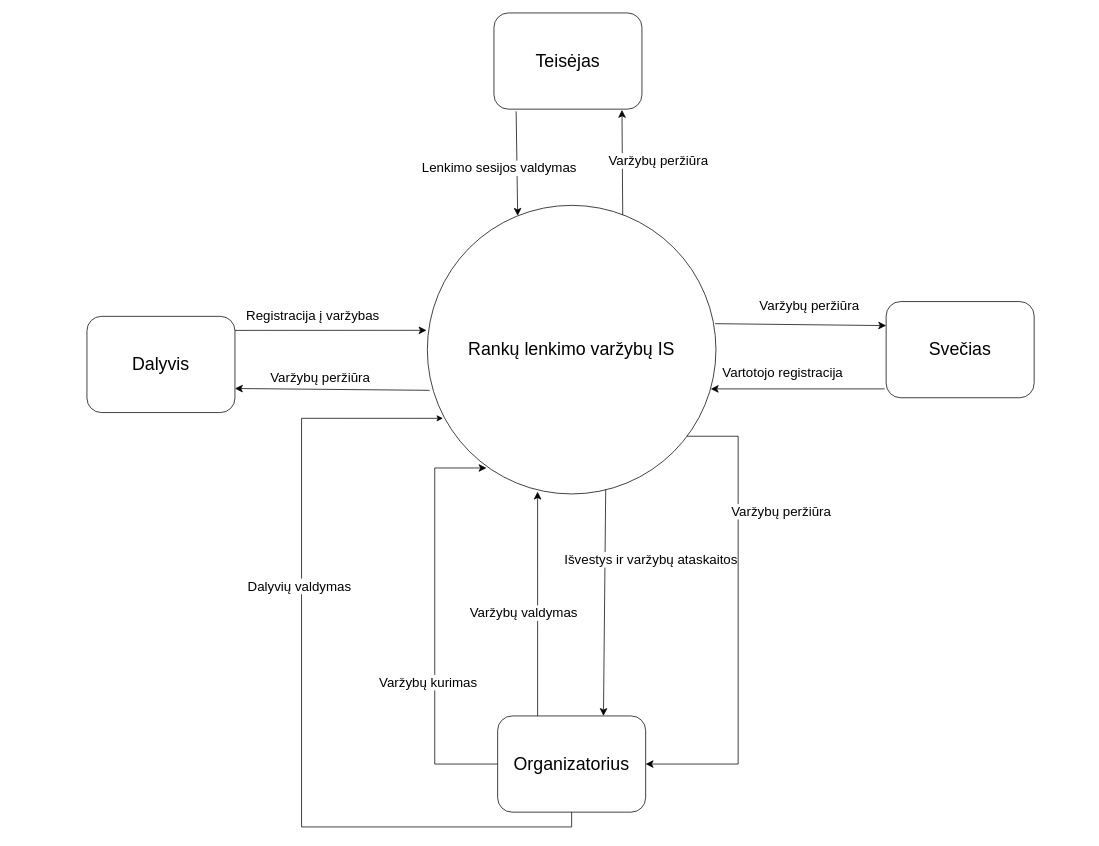
rytuks1337/realizacija keeps this draw.io diagram as page "Page-4" (4 of 9) of Untitled Diagram.drawio. Above is the earlier version. Source tidied: cells renumbered, new cells numbered last; positions are measured from the earlier drawing's top-left corner, leaving out a move shared by most shapes. Both pictures are drawn from the tidied source at 74%, with x=0, y=0 at pixel (87, 13).
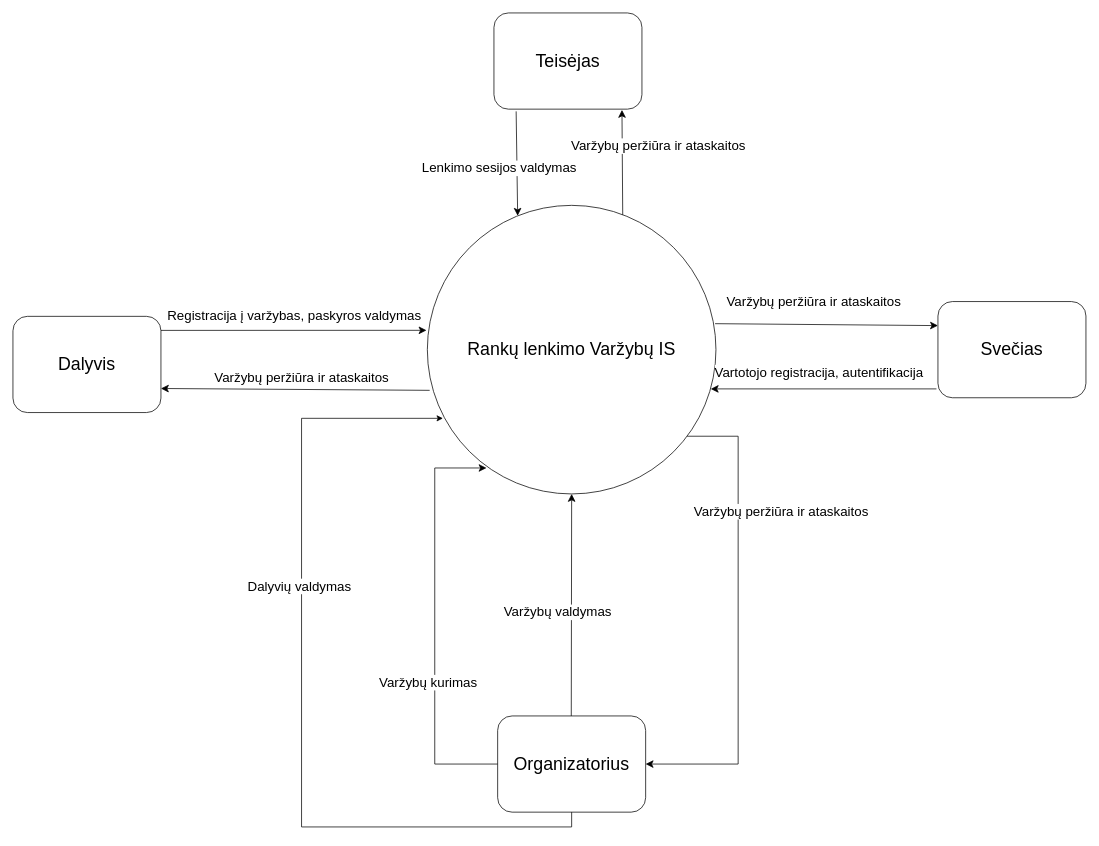
After the change.

The change refers to these unchanged cells:
```xml
<mxCell id="3" style="endArrow=classic;html=1;rounded=0;endSize=8;startSize=8;exitX=1;exitY=0.146;exitDx=0;exitDy=0;exitPerimeter=0;entryX=-0.003;entryY=0.433;entryDx=0;entryDy=0;entryPerimeter=0;" parent="1" edge="1" source="11" target="2">
  <mxGeometry relative="1" as="geometry" />
</mxCell>
<mxCell id="13" value="&lt;span style=&quot;font-size: 24px;&quot;&gt;Organizatorius&lt;/span&gt;" style="rounded=1;whiteSpace=wrap;html=1;points=[[0,0,0,0,0],[0,0.25,0,0,0],[0,0.5,0,0,0],[0,0.75,0,0,0],[0,1,0,0,0],[0.25,1,0,0,0],[0.27,0,0,0,0],[0.5,0,0,0,0],[0.5,1,0,0,0],[0.75,0,0,0,0],[0.75,1,0,0,0],[1,0,0,0,0],[1,0.25,0,0,0],[1,0.5,0,0,0],[1,0.75,0,0,0],[1,1,0,0,0]];" parent="1" vertex="1">
  <mxGeometry x="555" y="950" width="200" height="130" as="geometry" />
</mxCell>
<mxCell id="14" style="endArrow=classic;html=1;rounded=0;endSize=8;startSize=8;exitX=0.008;exitY=0.641;exitDx=0;exitDy=0;entryX=1;entryY=0.75;entryDx=0;entryDy=0;exitPerimeter=0;" parent="1" edge="1" source="2" target="11">
  <mxGeometry relative="1" as="geometry" />
</mxCell>
<mxCell id="17" style="endArrow=classic;html=1;rounded=0;endSize=8;startSize=8;entryX=0;entryY=0.25;entryDx=0;entryDy=0;exitX=0.997;exitY=0.41;exitDx=0;exitDy=0;exitPerimeter=0;" parent="1" edge="1" source="2" target="16">
  <mxGeometry relative="1" as="geometry" />
</mxCell>
<mxCell id="19" style="endArrow=classic;html=1;rounded=0;endSize=8;startSize=8;entryX=0.982;entryY=0.636;entryDx=0;entryDy=0;exitX=-0.01;exitY=0.908;exitDx=0;exitDy=0;entryPerimeter=0;exitPerimeter=0;" parent="1" edge="1" source="16" target="2">
  <mxGeometry relative="1" as="geometry" />
</mxCell>
<mxCell id="21" style="endArrow=classic;html=1;rounded=0;endSize=8;startSize=8;entryX=1;entryY=0.5;entryDx=0;entryDy=0;exitX=0.9;exitY=0.8;exitDx=0;exitDy=0;exitPerimeter=0;entryPerimeter=0;edgeStyle=orthogonalEdgeStyle;" parent="1" edge="1" source="2" target="13">
  <mxGeometry relative="1" as="geometry">
    <Array as="points">
      <mxPoint x="880" y="572" />
      <mxPoint x="880" y="1015" />
    </Array>
  </mxGeometry>
</mxCell>
<mxCell id="25" style="endArrow=classic;html=1;rounded=0;endSize=8;startSize=8;exitX=0.677;exitY=0.033;exitDx=0;exitDy=0;exitPerimeter=0;entryX=0.865;entryY=1.008;entryDx=0;entryDy=0;entryPerimeter=0;" parent="1" edge="1" source="2" target="12">
  <mxGeometry relative="1" as="geometry" />
</mxCell>
```

Change to the diagram source:
```diff
@@
-    <mxCell id="2" value="&lt;span style=&quot;font-size: 24px;&quot;&gt;Rankų lenkimo varžybų IS&lt;/span&gt;" style="ellipse;whiteSpace=wrap;html=1;" parent="1" vertex="1">
+    <mxCell id="2" value="&lt;span style=&quot;font-size: 24px;&quot;&gt;Rankų lenkimo Varžybų IS&lt;/span&gt;" style="ellipse;whiteSpace=wrap;html=1;" parent="1" vertex="1">
       <mxGeometry x="460" y="260" width="390" height="390" as="geometry" />
     </mxCell>
@@
-    <mxCell id="4" value="&lt;span style=&quot;font-size: 18px;&quot;&gt;Registracija į varžybas&lt;/span&gt;" style="edgeLabel;html=1;align=center;verticalAlign=middle;" parent="3" vertex="1">
+    <mxCell id="4" value="&lt;span style=&quot;font-size: 18px;&quot;&gt;Registracija į varžybas, paskyros valdymas&lt;/span&gt;" style="edgeLabel;html=1;align=center;verticalAlign=middle;" parent="3" vertex="1">
       <mxGeometry x="-0.39" y="1" relative="1" as="geometry">
-        <mxPoint x="26" y="-18" as="offset" />
+        <mxPoint x="71" y="-18" as="offset" />
       </mxGeometry>
     </mxCell>
-    <mxCell id="5" style="endArrow=classic;html=1;rounded=0;endSize=8;startSize=8;exitX=0.27;exitY=0;exitDx=0;exitDy=0;exitPerimeter=0;entryX=0.382;entryY=0.992;entryDx=0;entryDy=0;entryPerimeter=0;" parent="1" edge="1" source="13" target="2">
-      <mxGeometry relative="1" as="geometry" />
+    <mxCell id="5" style="endArrow=classic;html=1;rounded=0;endSize=8;startSize=8;exitX=0.27;exitY=0;exitDx=0;exitDy=0;exitPerimeter=0;entryX=0.5;entryY=1;entryDx=0;entryDy=0;" parent="1" edge="1" target="2">
+      <mxGeometry relative="1" as="geometry">
+        <mxPoint x="654.5" y="950" as="sourcePoint" />
+      </mxGeometry>
     </mxCell>
@@
-    <mxCell id="7" style="endArrow=classic;html=1;rounded=0;endSize=8;startSize=8;entryX=0.715;entryY=0;entryDx=0;entryDy=0;entryPerimeter=0;exitX=0.618;exitY=0.985;exitDx=0;exitDy=0;exitPerimeter=0;" parent="1" edge="1" source="2" target="13">
-      <mxGeometry relative="1" as="geometry" />
-    </mxCell>
-    <mxCell id="8" value="&lt;span style=&quot;font-size: 18px;&quot;&gt;Išvestys ir varžybų ataskaitos&lt;/span&gt;" style="edgeLabel;html=1;align=center;verticalAlign=middle;" parent="7" vertex="1">
-      <mxGeometry x="-0.39" y="1" relative="1" as="geometry">
-        <mxPoint x="60" y="1" as="offset" />
-      </mxGeometry>
-    </mxCell>
@@
     <mxCell id="11" value="&lt;span style=&quot;font-size: 24px;&quot;&gt;Dalyvis&lt;/span&gt;" style="rounded=1;whiteSpace=wrap;html=1;" parent="1" vertex="1">
-      <mxGeometry y="410" width="200" height="130" as="geometry" />
+      <mxGeometry x="-100" y="410" width="200" height="130" as="geometry" />
     </mxCell>
@@
-    <mxCell id="15" value="&lt;span style=&quot;font-size: 18px;&quot;&gt;Varžybų peržiūra&lt;/span&gt;" style="edgeLabel;html=1;align=center;verticalAlign=middle;" parent="14" vertex="1">
+    <mxCell id="15" value="&lt;span style=&quot;font-size: 18px;&quot;&gt;Varžybų peržiūra ir ataskaitos&lt;/span&gt;" style="edgeLabel;html=1;align=center;verticalAlign=middle;" parent="14" vertex="1">
       <mxGeometry x="-0.39" y="1" relative="1" as="geometry">
-        <mxPoint x="-69" y="-18" as="offset" />
+        <mxPoint x="-63" y="-18" as="offset" />
       </mxGeometry>
     </mxCell>
     <mxCell id="16" value="&lt;span style=&quot;font-size: 24px;&quot;&gt;Svečias&lt;/span&gt;" style="rounded=1;whiteSpace=wrap;html=1;" parent="1" vertex="1">
-      <mxGeometry x="1080" y="390" width="200" height="130" as="geometry" />
+      <mxGeometry x="1150" y="390" width="200" height="130" as="geometry" />
     </mxCell>
@@
-    <mxCell id="18" value="&lt;span style=&quot;font-size: 18px;&quot;&gt;Varžybų peržiūra&lt;/span&gt;" style="edgeLabel;html=1;align=center;verticalAlign=middle;" parent="17" vertex="1">
+    <mxCell id="18" value="&lt;span style=&quot;font-size: 18px;&quot;&gt;Varžybų peržiūra ir ataskaitos&lt;/span&gt;" style="edgeLabel;html=1;align=center;verticalAlign=middle;" parent="17" vertex="1">
       <mxGeometry x="-0.39" y="1" relative="1" as="geometry">
-        <mxPoint x="56" y="-24" as="offset" />
+        <mxPoint x="41" y="-30" as="offset" />
       </mxGeometry>
     </mxCell>
@@
-    <mxCell id="20" value="&lt;span style=&quot;font-size: 18px;&quot;&gt;Vartotojo registracija&lt;/span&gt;" style="edgeLabel;html=1;align=center;verticalAlign=middle;" parent="19" vertex="1">
+    <mxCell id="20" value="&lt;span style=&quot;font-size: 18px;&quot;&gt;Vartotojo registracija, autentifikacija&lt;/span&gt;" style="edgeLabel;html=1;align=center;verticalAlign=middle;" parent="19" vertex="1">
       <mxGeometry x="-0.39" y="1" relative="1" as="geometry">
         <mxPoint x="-67" y="-24" as="offset" />
       </mxGeometry>
     </mxCell>
@@
-    <mxCell id="22" value="&lt;span style=&quot;font-size: 18px;&quot;&gt;Varžybų peržiūra&lt;/span&gt;" style="edgeLabel;html=1;align=center;verticalAlign=middle;" parent="21" vertex="1">
+    <mxCell id="22" value="&lt;span style=&quot;font-size: 18px;&quot;&gt;Varžybų peržiūra ir ataskaitos&lt;/span&gt;" style="edgeLabel;html=1;align=center;verticalAlign=middle;" parent="21" vertex="1">
       <mxGeometry x="-0.39" y="1" relative="1" as="geometry">
         <mxPoint x="56" y="-24" as="offset" />
       </mxGeometry>
     </mxCell>
@@
-    <mxCell id="26" value="&lt;span style=&quot;font-size: 18px;&quot;&gt;Varžybų peržiūra&lt;/span&gt;" style="edgeLabel;html=1;align=center;verticalAlign=middle;" parent="25" vertex="1">
+    <mxCell id="26" value="&lt;span style=&quot;font-size: 18px;&quot;&gt;Varžybų peržiūra ir ataskaitos&lt;/span&gt;" style="edgeLabel;html=1;align=center;verticalAlign=middle;" parent="25" vertex="1">
       <mxGeometry x="-0.39" y="1" relative="1" as="geometry">
-        <mxPoint x="49" y="-30" as="offset" />
+        <mxPoint x="49" y="-50" as="offset" />
       </mxGeometry>
     </mxCell>
```
